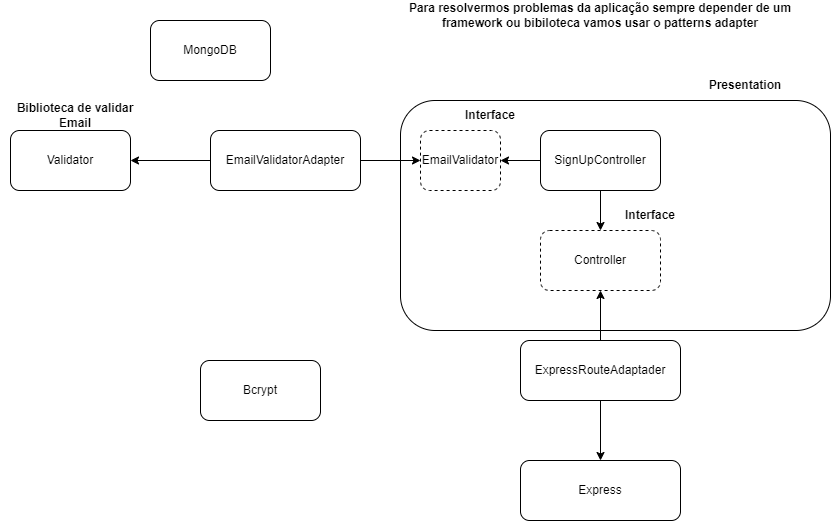
jonathanGroupRoot/clean-node-api keeps this draw.io diagram as clean-node-api.drawio.png. Above is the earlier version. Source tidied: cells renumbered, new cells last; positions are measured from the earlier drawing's top-left corner, leaving out a move shared by most shapes.
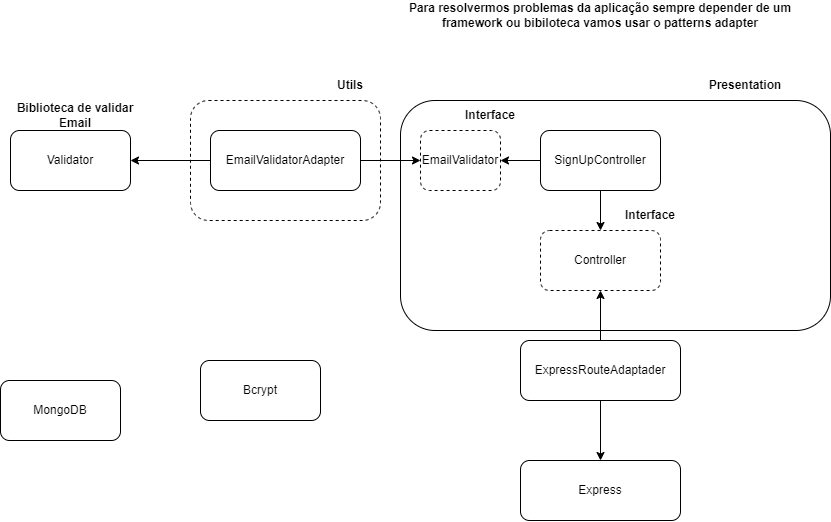
After the change.

The edit, as a diff of the source:
```diff
@@ -2,8 +2,11 @@
   <root>
     <mxCell id="0" />
     <mxCell id="1" parent="0" />
+    <mxCell id="25" style="rounded=1;whiteSpace=wrap;html=1;dashed=1;" parent="1" vertex="1">
+      <mxGeometry x="190" y="100" width="190" height="120" as="geometry" />
+    </mxCell>
     <mxCell id="2" value="MongoDB" style="rounded=1;whiteSpace=wrap;html=1;" parent="1" vertex="1">
-      <mxGeometry x="150" y="20" width="120" height="60" as="geometry" />
+      <mxGeometry y="380" width="120" height="60" as="geometry" />
     </mxCell>
     <mxCell id="3" value="Validator" style="rounded=1;whiteSpace=wrap;html=1;" parent="1" vertex="1">
       <mxGeometry x="10" y="130" width="120" height="60" as="geometry" />
@@ -71,5 +74,8 @@
     <mxCell id="24" value="Interface" style="text;html=1;strokeColor=none;fillColor=none;align=center;verticalAlign=middle;whiteSpace=wrap;rounded=0;dashed=1;fontStyle=1;" parent="1" vertex="1">
       <mxGeometry x="460" y="100" width="60" height="30" as="geometry" />
     </mxCell>
+    <mxCell id="26" value="&lt;b&gt;Utils&lt;/b&gt;" style="text;html=1;strokeColor=none;fillColor=none;align=center;verticalAlign=middle;whiteSpace=wrap;rounded=0;dashed=1;" parent="1" vertex="1">
+      <mxGeometry x="320" y="70" width="60" height="30" as="geometry" />
+    </mxCell>
   </root>
 </mxGraphModel>
```
